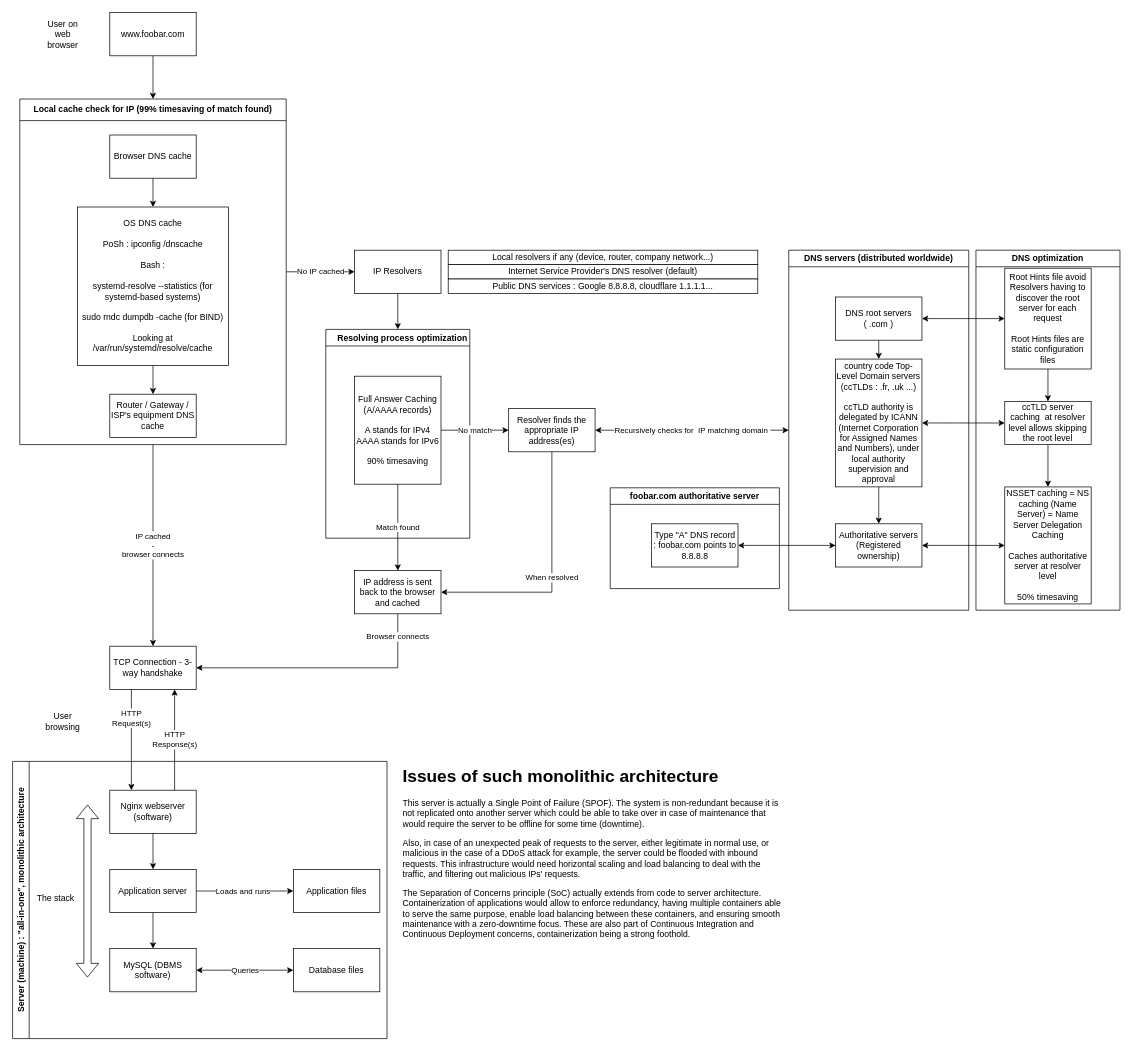
Earlier version of the draw.io diagram web_infrastructure_design/0-simple_web_stack.drawio (jmitchell35/holbertonschool-system_engineering-devops). Source tidied: cells renumbered, new cells numbered last; positions are measured from the earlier drawing's top-left corner, leaving out a move shared by most shapes. Both pictures are drawn from the tidied source at 72%, with x=0, y=0 at pixel (12, 12).
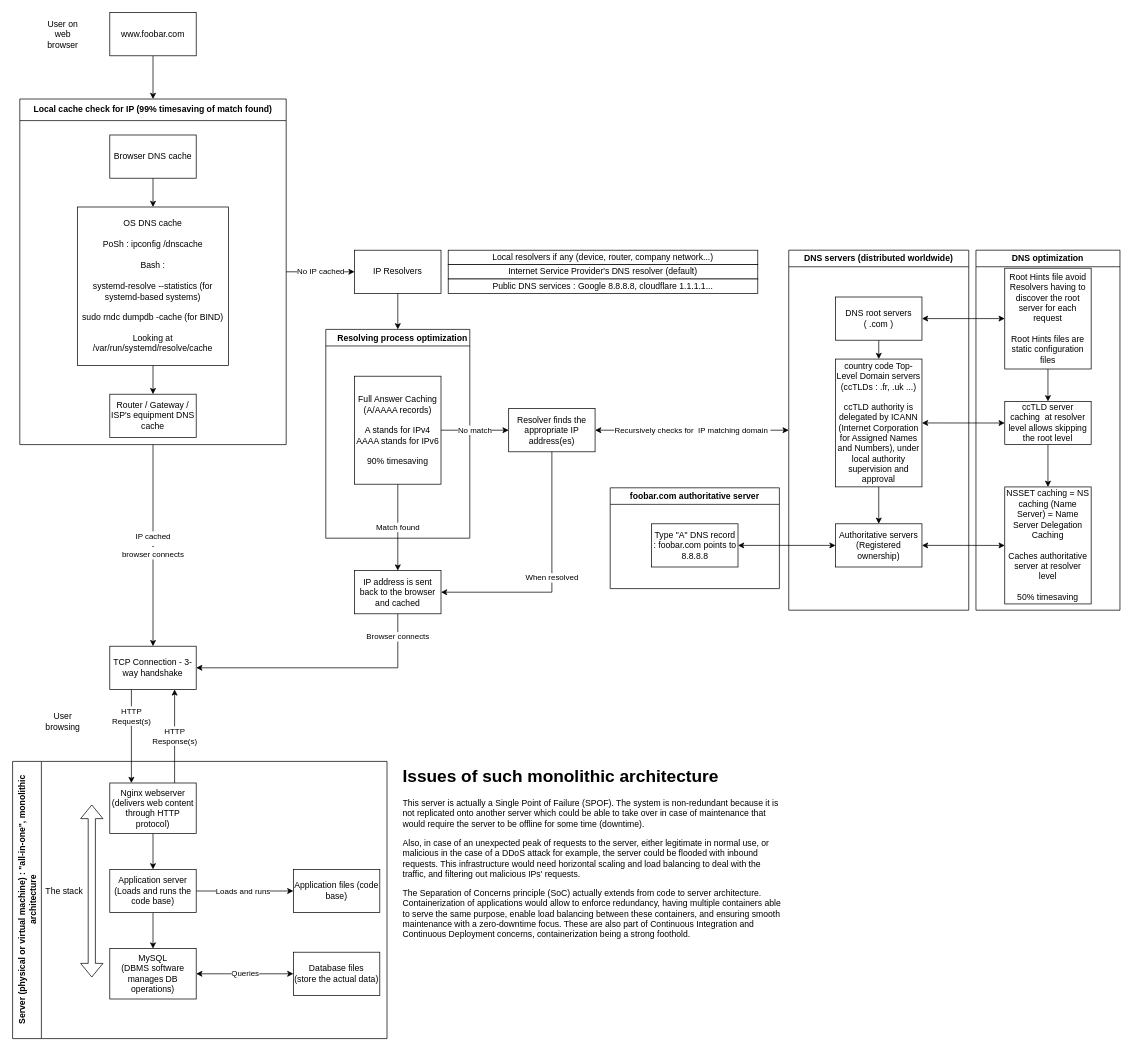
After the change.

Commit message:
Added explanations on the server side

What changed in the source:
```diff
@@
-    <mxCell id="2" value="Server (machine) : &quot;all-in-one&quot;, monolithic architecture" style="swimlane;horizontal=0;whiteSpace=wrap;html=1;" parent="1" vertex="1">
+    <mxCell id="2" value="Server (physical or virtual machine) : &quot;all-in-one&quot;, monolithic architecture" style="swimlane;horizontal=0;whiteSpace=wrap;html=1;startSize=40;" parent="1" vertex="1">
       <mxGeometry y="1040" width="520" height="385" as="geometry" />
     </mxCell>
@@
-    <mxCell id="4" value="Nginx webserver (software)" style="rounded=0;whiteSpace=wrap;html=1;" parent="2" vertex="1">
-      <mxGeometry x="135" y="40" width="120" height="60" as="geometry" />
+    <mxCell id="4" value="Nginx webserver (delivers web content through HTTP protocol)" style="rounded=0;whiteSpace=wrap;html=1;" parent="2" vertex="1">
+      <mxGeometry x="135" y="30" width="120" height="70" as="geometry" />
     </mxCell>
@@
-    <mxCell id="7" value="Application server" style="rounded=0;whiteSpace=wrap;html=1;" parent="2" vertex="1">
+    <mxCell id="7" value="Application server&lt;div&gt;(Loads and runs the code base)&lt;/div&gt;" style="rounded=0;whiteSpace=wrap;html=1;" parent="2" vertex="1">
       <mxGeometry x="135" y="150" width="120" height="60" as="geometry" />
     </mxCell>
@@
-    <mxCell id="9" value="MySQL (DBMS software)" style="rounded=0;whiteSpace=wrap;html=1;" parent="2" vertex="1">
-      <mxGeometry x="135" y="260" width="120" height="60" as="geometry" />
+    <mxCell id="9" value="&lt;div&gt;MySQL&lt;/div&gt;&lt;div&gt;(DBMS software manages DB operations)&lt;/div&gt;" style="rounded=0;whiteSpace=wrap;html=1;" parent="2" vertex="1">
+      <mxGeometry x="135" y="260" width="120" height="70" as="geometry" />
     </mxCell>
-    <mxCell id="10" value="Database files" style="rounded=0;whiteSpace=wrap;html=1;" parent="2" vertex="1">
-      <mxGeometry x="390" y="260" width="120" height="60" as="geometry" />
+    <mxCell id="10" value="&lt;div&gt;Database files&lt;/div&gt;&lt;div&gt;(store the actual data)&lt;/div&gt;" style="rounded=0;whiteSpace=wrap;html=1;" parent="2" vertex="1">
+      <mxGeometry x="390" y="265" width="120" height="60" as="geometry" />
     </mxCell>
-    <mxCell id="11" value="Application files" style="rounded=0;whiteSpace=wrap;html=1;" parent="2" vertex="1">
+    <mxCell id="11" value="Application files (code base)" style="rounded=0;whiteSpace=wrap;html=1;" parent="2" vertex="1">
       <mxGeometry x="390" y="150" width="120" height="60" as="geometry" />
     </mxCell>
     <mxCell id="12" value="The stack" style="text;html=1;align=center;verticalAlign=middle;whiteSpace=wrap;rounded=0;" parent="2" vertex="1">
-      <mxGeometry x="30" y="175" width="60" height="30" as="geometry" />
+      <mxGeometry x="42" y="165" width="60" height="30" as="geometry" />
     </mxCell>
     <mxCell id="13" style="shape=flexArrow;endArrow=classic;startArrow=classic;html=1;rounded=0;" parent="2" edge="1">
       <mxGeometry relative="1" as="geometry">
-        <mxPoint x="104" y="300" as="sourcePoint" />
-        <mxPoint x="104" y="60" as="targetPoint" />
+        <mxPoint x="110" y="300" as="sourcePoint" />
+        <mxPoint x="110" y="60" as="targetPoint" />
       </mxGeometry>
     </mxCell>
```
